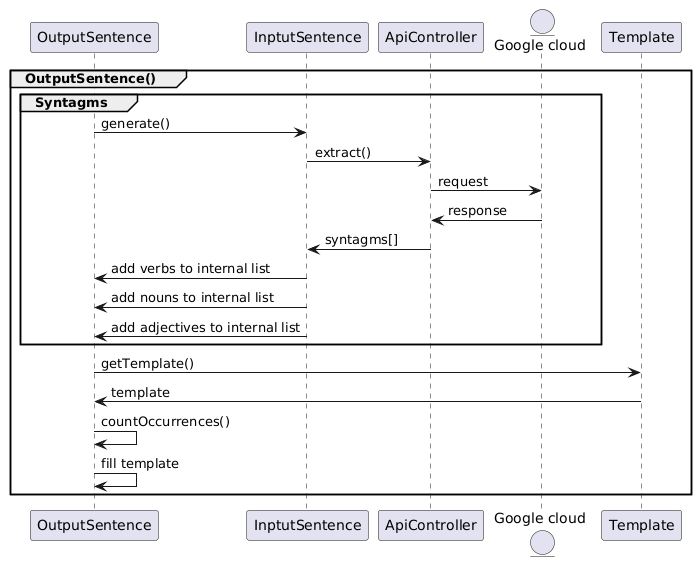
Before: docs/Sequence diagrams/Diagrams/OutputSentence.png, a diagram exported from PlantUML (63616E617A7A61/NonSenseGenerator).
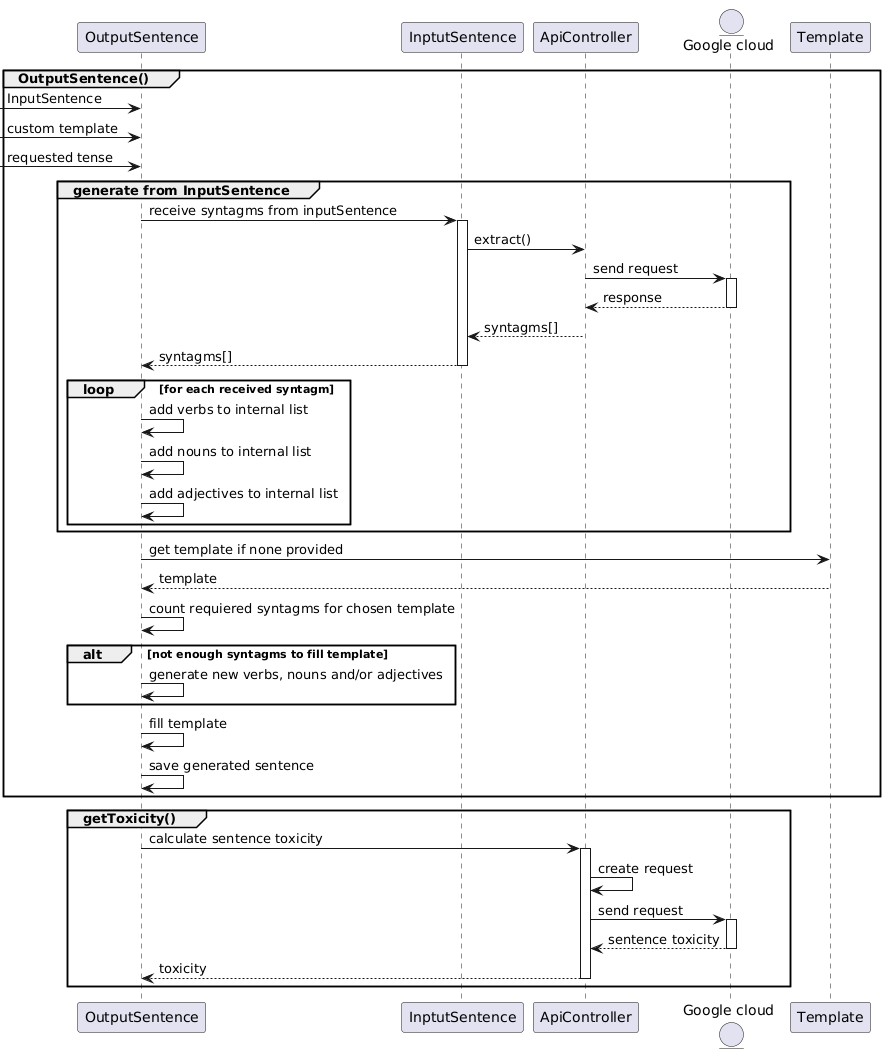
Above is the later version.

Diff of the diagram source:
```diff
@@ -6,25 +6,57 @@
 participant "Template" as t
 
 group OutputSentence()
-group Syntagms
-os -> is :generate()
+
+-> os : InputSentence
+-> os : custom template
+-> os : requested tense
+
+
+group generate from InputSentence
+os -> is : receive syntagms from inputSentence
+activate is
 
 is -> ac : extract()
+ac -> c : send request
+activate c
+ac <-- c : response
+deactivate c
+is <-- ac: syntagms[]
+os <-- is : syntagms[]
+deactivate is
 
-ac -> c : request
-ac <- c : response
 
-is <- ac: syntagms[]
-
-os <- is : add verbs to internal list
-os <- is : add nouns to internal list
-os <- is : add adjectives to internal list
+loop for each received syntagm
+os -> os : add verbs to internal list
+os -> os : add nouns to internal list
+os -> os : add adjectives to internal list
 end
 
-os -> t : getTemplate()
-os <- t : template
+end
 
-os -> os : countOccurrences()
+os -> t : get template if none provided
+os <-- t : template
+
+os -> os : count requiered syntagms for chosen template
+
+alt not enough syntagms to fill template
+os -> os : generate new verbs, nouns and/or adjectives
+end
+
 os -> os : fill template
+
+os -> os : save generated sentence
+end
+
+group getToxicity()
+os -> ac : calculate sentence toxicity
+activate ac
+ac -> ac : create request
+ac -> c : send request
+activate c
+ac <-- c : sentence toxicity
+deactivate c
+os <-- ac : toxicity
+deactivate ac
 end
 @enduml
```
